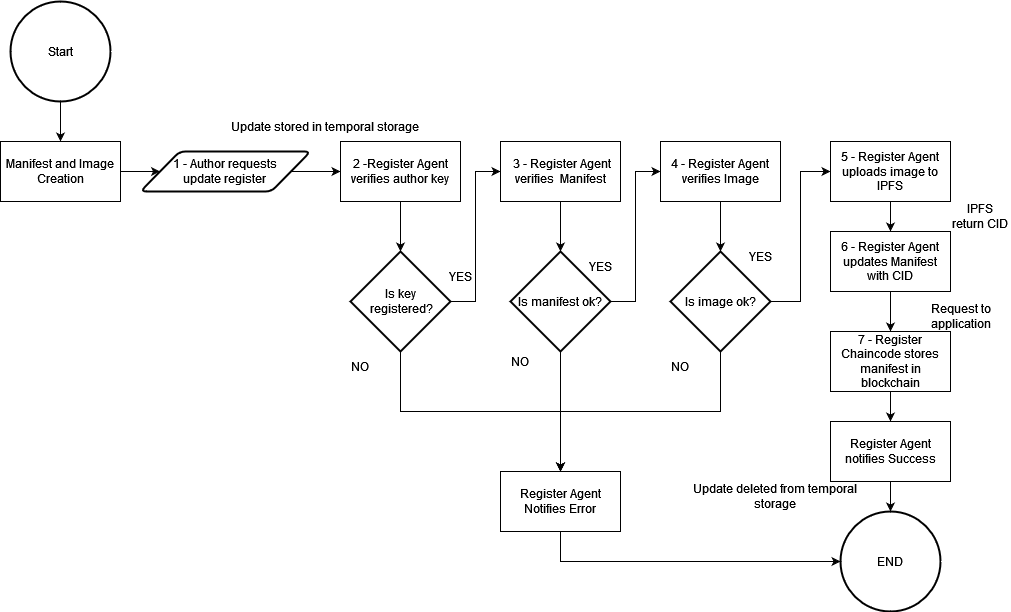
This is FlowDiagrams/RegisterUpdate/RegisterFlow.drawio.png from sfl0r3nz05/DistributedBchFWArchIoT, a draw.io export, as it was before one commit. Source tidied: cells renumbered, new cells last; positions are measured from the earlier drawing's top-left corner, leaving out a move shared by most shapes.
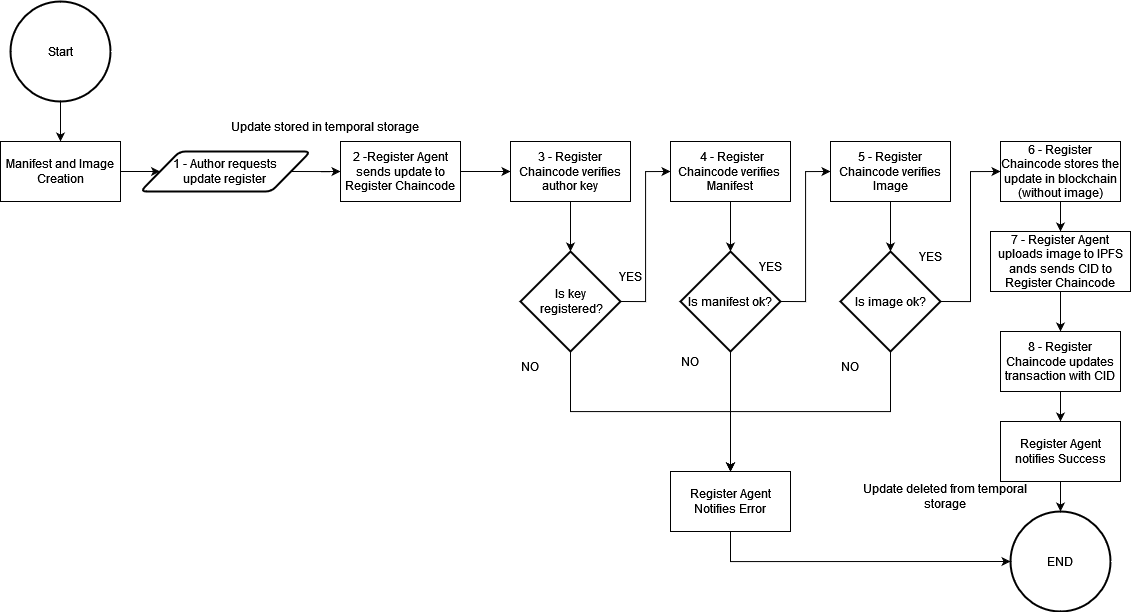
After the commit.

Change to the diagram source:
```diff
@@ -6,25 +6,25 @@
       <mxGeometry relative="1" as="geometry" />
     </mxCell>
     <mxCell id="3" value="&lt;div&gt;Start&lt;/div&gt;" style="strokeWidth=2;html=1;shape=mxgraph.flowchart.start_2;whiteSpace=wrap;" parent="1" vertex="1">
-      <mxGeometry x="10" width="100" height="100" as="geometry" />
+      <mxGeometry x="-160" width="100" height="100" as="geometry" />
     </mxCell>
     <mxCell id="4" style="edgeStyle=orthogonalEdgeStyle;rounded=0;jettySize=auto;html=1;exitX=1;exitY=0.5;exitDx=0;exitDy=0;entryX=0;entryY=0.5;entryDx=0;entryDy=0;" parent="1" edge="1" source="5" target="7">
       <mxGeometry relative="1" as="geometry" />
     </mxCell>
     <mxCell id="5" value="Manifest and Image Creation" style="rounded=0;whiteSpace=wrap;html=1;" parent="1" vertex="1">
-      <mxGeometry y="140" width="120" height="60" as="geometry" />
+      <mxGeometry x="-170" y="140" width="120" height="60" as="geometry" />
     </mxCell>
     <mxCell id="6" style="edgeStyle=orthogonalEdgeStyle;rounded=0;jettySize=auto;html=1;exitX=1;exitY=0.5;exitDx=0;exitDy=0;entryX=0;entryY=0.5;entryDx=0;entryDy=0;" parent="1" edge="1" source="7" target="9">
       <mxGeometry relative="1" as="geometry" />
     </mxCell>
     <mxCell id="7" value="&lt;div&gt;1 - Author requests &lt;br&gt;&lt;/div&gt;&lt;div&gt;update register&lt;/div&gt;" style="shape=parallelogram;html=1;strokeWidth=2;perimeter=parallelogramPerimeter;whiteSpace=wrap;rounded=1;arcSize=12;size=0.23;" parent="1" vertex="1">
-      <mxGeometry x="140" y="150" width="170" height="40" as="geometry" />
+      <mxGeometry x="-30" y="150" width="170" height="40" as="geometry" />
     </mxCell>
-    <mxCell id="8" style="edgeStyle=orthogonalEdgeStyle;rounded=0;jettySize=auto;html=1;exitX=0.5;exitY=1;exitDx=0;exitDy=0;entryX=0.5;entryY=0;entryDx=0;entryDy=0;entryPerimeter=0;" parent="1" edge="1" source="9" target="12">
-      <mxGeometry relative="1" as="geometry" />
-    </mxCell>
+    <mxCell id="44" style="edgeStyle=orthogonalEdgeStyle;rounded=0;jettySize=auto;html=1;exitX=1;exitY=0.5;exitDx=0;exitDy=0;entryX=0;entryY=0.5;entryDx=0;entryDy=0;startArrow=none;startFill=0;" parent="1" edge="1" source="9" target="46">
+      <mxGeometry relative="1" as="geometry" />
+    </mxCell>
-    <mxCell id="9" value="2 -Register Agent verifies author key" style="rounded=0;whiteSpace=wrap;html=1;" parent="1" vertex="1">
-      <mxGeometry x="340" y="140" width="120" height="60" as="geometry" />
+    <mxCell id="9" value="2 -Register Agent sends update to Register Chaincode" style="rounded=0;whiteSpace=wrap;html=1;" parent="1" vertex="1">
+      <mxGeometry x="170" y="140" width="120" height="60" as="geometry" />
     </mxCell>
     <mxCell id="10" style="edgeStyle=orthogonalEdgeStyle;rounded=0;jettySize=auto;html=1;exitX=1;exitY=0.5;exitDx=0;exitDy=0;exitPerimeter=0;entryX=0;entryY=0.5;entryDx=0;entryDy=0;" parent="1" edge="1" source="12" target="14">
       <mxGeometry relative="1" as="geometry" />
@@ -38,7 +38,7 @@
     <mxCell id="13" style="edgeStyle=orthogonalEdgeStyle;rounded=0;jettySize=auto;html=1;exitX=0.5;exitY=1;exitDx=0;exitDy=0;entryX=0.5;entryY=0;entryDx=0;entryDy=0;entryPerimeter=0;" parent="1" edge="1" source="14" target="17">
       <mxGeometry relative="1" as="geometry" />
     </mxCell>
-    <mxCell id="14" value="&amp;nbsp;3 - Register Agent verifies&amp;nbsp; Manifest" style="rounded=0;whiteSpace=wrap;html=1;" parent="1" vertex="1">
+    <mxCell id="14" value="&amp;nbsp;4 - Register Chaincode verifies&amp;nbsp; Manifest" style="rounded=0;whiteSpace=wrap;html=1;" parent="1" vertex="1">
       <mxGeometry x="500" y="140" width="120" height="60" as="geometry" />
     </mxCell>
     <mxCell id="15" style="edgeStyle=orthogonalEdgeStyle;rounded=0;jettySize=auto;html=1;exitX=1;exitY=0.5;exitDx=0;exitDy=0;exitPerimeter=0;entryX=0;entryY=0.5;entryDx=0;entryDy=0;" parent="1" edge="1" source="17" target="19">
@@ -53,7 +53,7 @@
     <mxCell id="18" style="edgeStyle=orthogonalEdgeStyle;rounded=0;jettySize=auto;html=1;exitX=0.5;exitY=1;exitDx=0;exitDy=0;entryX=0.5;entryY=0;entryDx=0;entryDy=0;entryPerimeter=0;" parent="1" edge="1" source="19" target="22">
       <mxGeometry relative="1" as="geometry" />
     </mxCell>
-    <mxCell id="19" value="4 - Register Agent verifies Image" style="rounded=0;whiteSpace=wrap;html=1;" parent="1" vertex="1">
+    <mxCell id="19" value="5 - Register Chaincode verifies Image" style="rounded=0;whiteSpace=wrap;html=1;" parent="1" vertex="1">
       <mxGeometry x="660" y="140" width="120" height="60" as="geometry" />
     </mxCell>
     <mxCell id="20" style="edgeStyle=orthogonalEdgeStyle;rounded=0;jettySize=auto;html=1;exitX=1;exitY=0.5;exitDx=0;exitDy=0;exitPerimeter=0;entryX=0;entryY=0.5;entryDx=0;entryDy=0;" parent="1" edge="1" source="22" target="24">
@@ -65,22 +65,23 @@
     <mxCell id="22" value="Is image ok?" style="strokeWidth=2;html=1;shape=mxgraph.flowchart.decision;whiteSpace=wrap;" parent="1" vertex="1">
       <mxGeometry x="670" y="250" width="100" height="100" as="geometry" />
     </mxCell>
-    <mxCell id="23" style="edgeStyle=orthogonalEdgeStyle;rounded=0;jettySize=auto;html=1;exitX=0.5;exitY=1;exitDx=0;exitDy=0;entryX=0.5;entryY=0;entryDx=0;entryDy=0;" parent="1" edge="1" source="24" target="26">
-      <mxGeometry relative="1" as="geometry" />
+    <mxCell id="23" style="edgeStyle=orthogonalEdgeStyle;rounded=0;jettySize=auto;html=1;exitX=0.5;exitY=1;exitDx=0;exitDy=0;entryX=0.5;entryY=0;entryDx=0;entryDy=0;" parent="1" edge="1" source="24">
+      <mxGeometry relative="1" as="geometry">
+        <mxPoint x="890" y="230" as="targetPoint" />
+      </mxGeometry>
     </mxCell>
-    <mxCell id="24" value="5 - Register Agent uploads image to IPFS" style="rounded=0;whiteSpace=wrap;html=1;" parent="1" vertex="1">
+    <mxCell id="24" value="6 - Register Chaincode stores the update in blockchain (without image)" style="rounded=0;whiteSpace=wrap;html=1;" parent="1" vertex="1">
       <mxGeometry x="830" y="140" width="120" height="60" as="geometry" />
     </mxCell>
-    <mxCell id="25" style="edgeStyle=orthogonalEdgeStyle;rounded=0;jettySize=auto;html=1;exitX=0.5;exitY=1;exitDx=0;exitDy=0;" parent="1" edge="1" source="26" target="28">
-      <mxGeometry relative="1" as="geometry" />
+    <mxCell id="25" style="edgeStyle=orthogonalEdgeStyle;rounded=0;jettySize=auto;html=1;exitX=0.5;exitY=1;exitDx=0;exitDy=0;" parent="1" edge="1" target="28">
+      <mxGeometry relative="1" as="geometry">
+        <mxPoint x="890" y="290" as="sourcePoint" />
+      </mxGeometry>
     </mxCell>
-    <mxCell id="26" value="6 - Register Agent updates Manifest with CID" style="rounded=0;whiteSpace=wrap;html=1;" parent="1" vertex="1">
-      <mxGeometry x="830" y="230" width="120" height="60" as="geometry" />
-    </mxCell>
     <mxCell id="27" style="edgeStyle=orthogonalEdgeStyle;rounded=0;jettySize=auto;html=1;exitX=0.5;exitY=1;exitDx=0;exitDy=0;entryX=0.5;entryY=0;entryDx=0;entryDy=0;" parent="1" edge="1" source="28" target="30">
       <mxGeometry relative="1" as="geometry" />
     </mxCell>
-    <mxCell id="28" value="7 - Register Chaincode stores manifest in blockchain" style="rounded=0;whiteSpace=wrap;html=1;" parent="1" vertex="1">
+    <mxCell id="28" value="8 - Register Chaincode updates transaction with CID" style="rounded=0;whiteSpace=wrap;html=1;" parent="1" vertex="1">
       <mxGeometry x="830" y="330" width="120" height="60" as="geometry" />
     </mxCell>
     <mxCell id="29" style="edgeStyle=orthogonalEdgeStyle;rounded=0;jettySize=auto;html=1;exitX=0.5;exitY=1;exitDx=0;exitDy=0;" parent="1" edge="1" source="30" target="33">
@@ -117,16 +118,19 @@
       <mxGeometry x="730" y="240" width="60" height="30" as="geometry" />
     </mxCell>
     <mxCell id="40" value="Update stored in temporal storage" style="text;html=1;strokeColor=none;fillColor=none;align=center;verticalAlign=middle;whiteSpace=wrap;rounded=0;" parent="1" vertex="1">
-      <mxGeometry x="220" y="110" width="210" height="30" as="geometry" />
+      <mxGeometry x="50" y="110" width="210" height="30" as="geometry" />
     </mxCell>
     <mxCell id="41" value="Update deleted from temporal storage" style="text;html=1;strokeColor=none;fillColor=none;align=center;verticalAlign=middle;whiteSpace=wrap;rounded=0;" parent="1" vertex="1">
       <mxGeometry x="670" y="480" width="210" height="30" as="geometry" />
     </mxCell>
-    <mxCell id="42" value="IPFS return CID" style="text;html=1;strokeColor=none;fillColor=none;align=center;verticalAlign=middle;whiteSpace=wrap;rounded=0;" parent="1" vertex="1">
-      <mxGeometry x="950" y="200" width="60" height="30" as="geometry" />
-    </mxCell>
-    <mxCell id="43" value="Request to application" style="text;html=1;strokeColor=none;fillColor=none;align=center;verticalAlign=middle;whiteSpace=wrap;rounded=0;" parent="1" vertex="1">
-      <mxGeometry x="921" y="300" width="79" height="30" as="geometry" />
-    </mxCell>
+    <mxCell id="45" style="edgeStyle=orthogonalEdgeStyle;rounded=0;jettySize=auto;html=1;exitX=0.5;exitY=1;exitDx=0;exitDy=0;entryX=0.5;entryY=0;entryDx=0;entryDy=0;entryPerimeter=0;startArrow=none;startFill=0;" parent="1" edge="1" source="46" target="12">
+      <mxGeometry relative="1" as="geometry" />
+    </mxCell>
+    <mxCell id="46" value="3 - Register Chaincode verifies author key" style="rounded=0;whiteSpace=wrap;html=1;" parent="1" vertex="1">
+      <mxGeometry x="340" y="140" width="120" height="60" as="geometry" />
+    </mxCell>
+    <mxCell id="47" value="7 - Register Agent uploads image to IPFS ands sends CID to Register Chaincode" style="rounded=0;whiteSpace=wrap;html=1;" parent="1" vertex="1">
+      <mxGeometry x="820" y="230" width="140" height="60" as="geometry" />
+    </mxCell>
   </root>
 </mxGraphModel>
```
